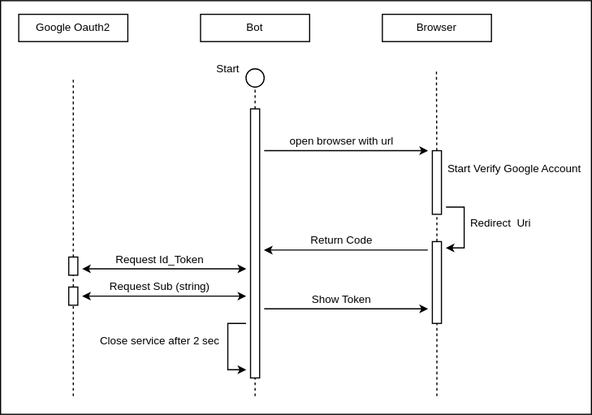
The draw.io diagram assets/google-oauth2-bot.svg in jhaoheng/google-oauth2-bot, before a commit. Source tidied: cells renumbered, new cells last; positions are measured from the earlier drawing's top-left corner, leaving out a move shared by most shapes.
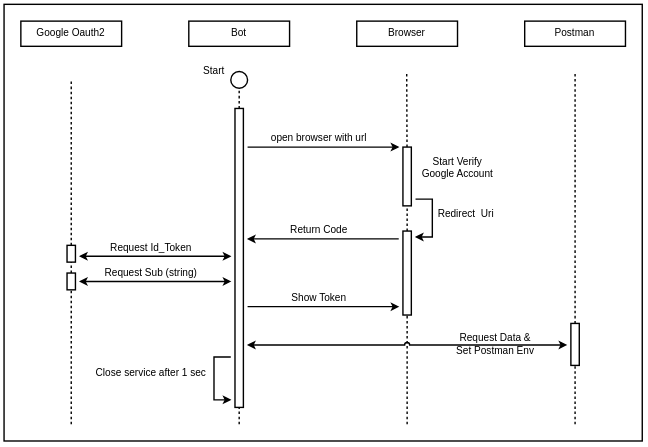
The same diagram one commit later.

What changed in the source:
```diff
@@ -3,7 +3,7 @@
     <mxCell id="0" />
     <mxCell id="1" parent="0" />
     <mxCell id="2" style="rounded=0;whiteSpace=wrap;html=1;" parent="1" vertex="1">
-      <mxGeometry width="650" height="455" as="geometry" />
+      <mxGeometry y="-5" width="760" height="520" as="geometry" />
     </mxCell>
     <mxCell id="3" style="endArrow=none;html=1;" parent="1" edge="1" source="10">
       <mxGeometry relative="1" as="geometry">
@@ -45,15 +45,15 @@
     <mxCell id="13" value="open browser with url" style="text;html=1;align=center;verticalAlign=middle;" parent="1" vertex="1">
       <mxGeometry x="310" y="145" width="130" height="20" as="geometry" />
     </mxCell>
-    <mxCell id="14" value="Start Verify Google Account" style="text;html=1;align=center;verticalAlign=middle;" parent="1" vertex="1">
-      <mxGeometry x="485" y="175" width="160" height="20" as="geometry" />
+    <mxCell id="14" value="Start Verify &lt;br&gt;Google Account" style="text;html=1;align=center;verticalAlign=middle;" parent="1" vertex="1">
+      <mxGeometry x="490" y="175" width="100" height="30" as="geometry" />
     </mxCell>
     <mxCell id="15" style="rounded=0;whiteSpace=wrap;html=1;" parent="1" vertex="1">
-      <mxGeometry x="475" y="265" width="10" height="90" as="geometry" />
+      <mxGeometry x="475" y="265" width="10" height="100" as="geometry" />
     </mxCell>
     <mxCell id="16" style="endArrow=none;html=1;dashed=1;" parent="1" edge="1" target="15">
       <mxGeometry relative="1" as="geometry">
-        <mxPoint x="480" y="435" as="sourcePoint" />
+        <mxPoint x="480" y="495" as="sourcePoint" />
       </mxGeometry>
     </mxCell>
     <mxCell id="17" style="endArrow=classic;html=1;rounded=0;" parent="1" edge="1">
@@ -70,11 +70,11 @@
       <mxGeometry x="510" y="235" width="80" height="20" as="geometry" />
     </mxCell>
     <mxCell id="19" style="rounded=0;whiteSpace=wrap;html=1;" parent="1" vertex="1">
-      <mxGeometry x="275" y="119" width="10" height="296" as="geometry" />
+      <mxGeometry x="275" y="119" width="10" height="356" as="geometry" />
     </mxCell>
     <mxCell id="20" style="endArrow=none;html=1;dashed=1;" parent="1" edge="1" target="19">
       <mxGeometry relative="1" as="geometry">
-        <mxPoint x="280" y="435" as="sourcePoint" />
+        <mxPoint x="280" y="495" as="sourcePoint" />
       </mxGeometry>
     </mxCell>
     <mxCell id="21" style="endArrow=classic;html=1;" parent="1" edge="1">
@@ -88,26 +88,13 @@
     </mxCell>
     <mxCell id="23" style="endArrow=classic;html=1;" parent="1" edge="1">
       <mxGeometry relative="1" as="geometry">
-        <mxPoint x="290" y="339" as="sourcePoint" />
-        <mxPoint x="470" y="339" as="targetPoint" />
+        <mxPoint x="290" y="355" as="sourcePoint" />
+        <mxPoint x="470" y="355" as="targetPoint" />
       </mxGeometry>
     </mxCell>
     <mxCell id="24" value="Show Token" style="text;html=1;align=center;verticalAlign=middle;" parent="1" vertex="1">
-      <mxGeometry x="335" y="319" width="80" height="20" as="geometry" />
+      <mxGeometry x="335" y="335" width="80" height="20" as="geometry" />
     </mxCell>
-    <mxCell id="25" style="endArrow=classic;html=1;rounded=0;" parent="1" edge="1">
-      <mxGeometry relative="1" as="geometry">
-        <mxPoint x="270" y="355" as="sourcePoint" />
-        <mxPoint x="270" y="406" as="targetPoint" />
-        <Array as="points">
-          <mxPoint x="250" y="355" />
-          <mxPoint x="250" y="406" />
-        </Array>
-      </mxGeometry>
-    </mxCell>
-    <mxCell id="26" value="Close service after 2 sec" style="text;html=1;align=center;verticalAlign=middle;" parent="1" vertex="1">
-      <mxGeometry x="100" y="365" width="150" height="20" as="geometry" />
-    </mxCell>
     <mxCell id="27" style="endArrow=none;html=1;dashed=1;" parent="1" edge="1" source="33">
       <mxGeometry relative="1" as="geometry">
         <mxPoint x="80" y="85" as="targetPoint" />
@@ -145,8 +132,48 @@
     </mxCell>
     <mxCell id="36" style="endArrow=none;html=1;dashed=1;" parent="1" edge="1" target="35">
       <mxGeometry relative="1" as="geometry">
-        <mxPoint x="80" y="435" as="sourcePoint" />
+        <mxPoint x="80" y="495" as="sourcePoint" />
       </mxGeometry>
     </mxCell>
+    <mxCell id="37" value="Postman" style="rounded=0;whiteSpace=wrap;html=1;" parent="1" vertex="1">
+      <mxGeometry x="620" y="15" width="120" height="30" as="geometry" />
+    </mxCell>
+    <mxCell id="38" style="endArrow=none;dashed=1;html=1;" parent="1" edge="1">
+      <mxGeometry relative="1" as="geometry">
+        <mxPoint x="680" y="495" as="sourcePoint" />
+        <mxPoint x="680" y="75" as="targetPoint" />
+      </mxGeometry>
+    </mxCell>
+    <mxCell id="39" style="rounded=0;whiteSpace=wrap;html=1;" parent="1" vertex="1">
+      <mxGeometry x="675" y="375" width="10" height="50" as="geometry" />
+    </mxCell>
+    <mxCell id="40" style="group;" parent="1" vertex="1">
+      <mxGeometry x="290" y="385" width="380" height="30" as="geometry" />
+    </mxCell>
+    <mxCell id="41" style="endArrow=classic;html=1;jumpStyle=arc;startArrow=classic;startFill=1;" parent="40" edge="1">
+      <mxGeometry relative="1" as="geometry">
+        <mxPoint x="380" y="15.6" as="sourcePoint" />
+        <mxPoint y="15.6" as="targetPoint" />
+      </mxGeometry>
+    </mxCell>
+    <mxCell id="42" value="Request Data &amp;amp; &lt;br&gt;Set Postman Env" style="text;html=1;align=center;verticalAlign=middle;strokeColor=none;" parent="40" vertex="1">
+      <mxGeometry x="240" width="110" height="30" as="geometry" />
+    </mxCell>
+    <mxCell id="43" style="group;" parent="1" vertex="1">
+      <mxGeometry x="100" y="415" width="150" height="51" as="geometry" />
+    </mxCell>
+    <mxCell id="25" style="endArrow=classic;html=1;rounded=0;" parent="43" edge="1">
+      <mxGeometry relative="1" as="geometry">
+        <mxPoint x="170" as="sourcePoint" />
+        <mxPoint x="170" y="51" as="targetPoint" />
+        <Array as="points">
+          <mxPoint x="150" />
+          <mxPoint x="150" y="51" />
+        </Array>
+      </mxGeometry>
+    </mxCell>
+    <mxCell id="26" value="Close service after 1 sec" style="text;html=1;align=center;verticalAlign=middle;" parent="43" vertex="1">
+      <mxGeometry y="10" width="150" height="20" as="geometry" />
+    </mxCell>
   </root>
 </mxGraphModel>
```
